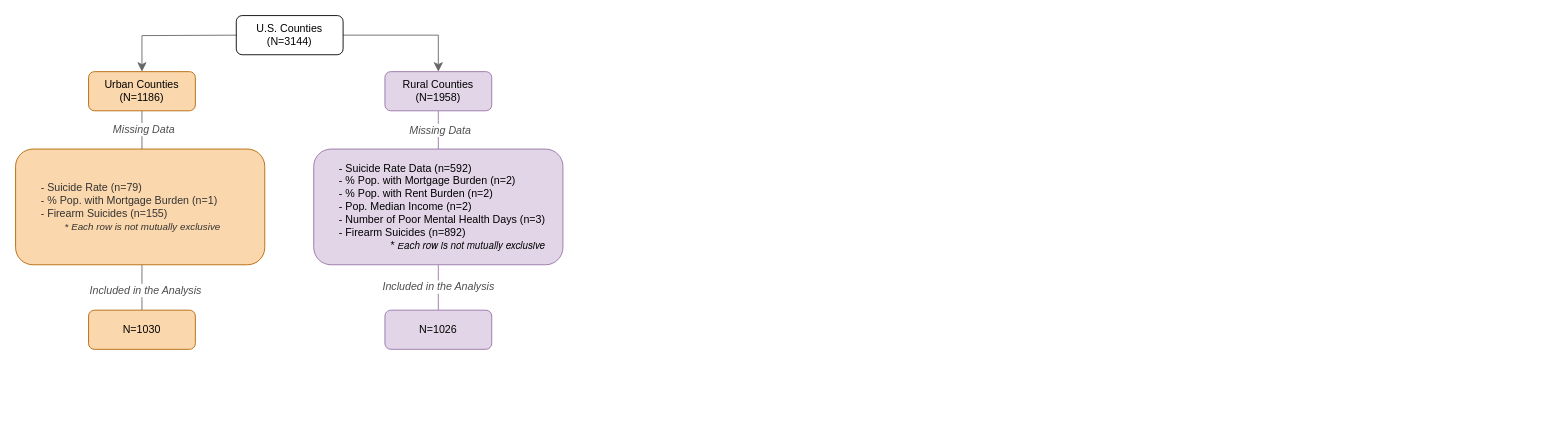
Before: SuicideMissingDAta.drawio in dealchre/gradDrawio, a draw.io diagram. Source tidied: cells renumbered, new cells numbered last; positions are measured from the earlier drawing's top-left corner, leaving out a move shared by most shapes. Both pictures are drawn from the tidied source at 89%, with x=0, y=0 at pixel (15, 15).
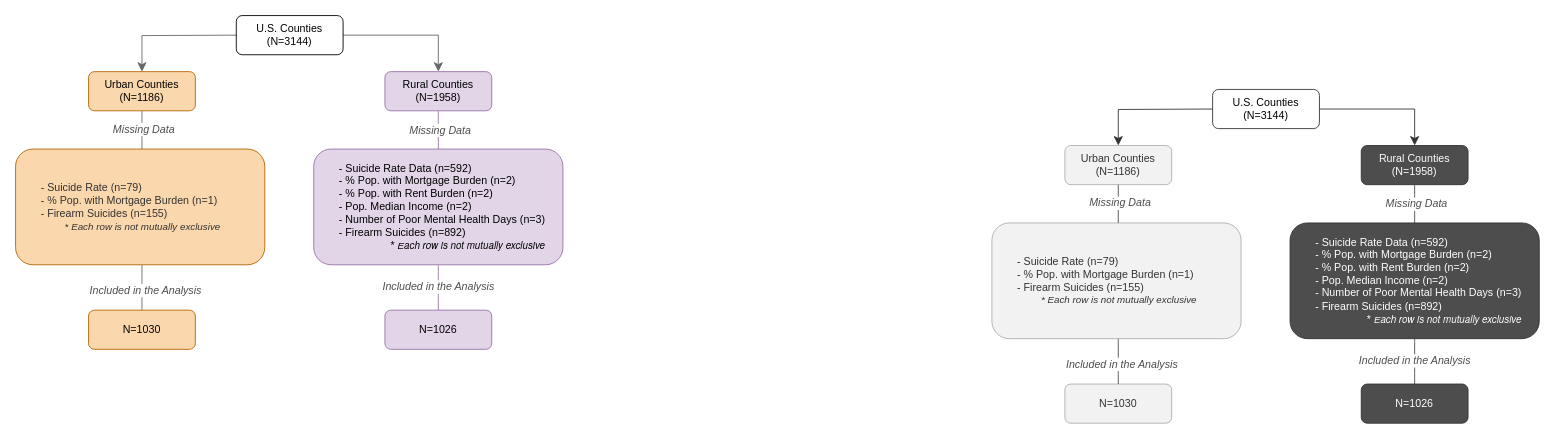
After the change.

What changed in the source:
```diff
@@
+    <mxCell id="19" style="edgeStyle=orthogonalEdgeStyle;rounded=0;jettySize=auto;html=1;exitX=1;exitY=0.5;exitDx=0;exitDy=0;fontSize=12;startSize=8;endSize=8;flowAnimation=0;fontColor=#4D4D4D;strokeColor=#333333;" parent="1" edge="1" source="21" target="31">
+      <mxGeometry relative="1" as="geometry" />
+    </mxCell>
+    <mxCell id="20" style="edgeStyle=orthogonalEdgeStyle;rounded=0;jettySize=auto;html=1;exitX=0;exitY=0.5;exitDx=0;exitDy=0;entryX=0.5;entryY=0;entryDx=0;entryDy=0;fontSize=12;startSize=8;endSize=8;fontColor=#4D4D4D;strokeColor=#333333;" parent="1" edge="1" target="24">
+      <mxGeometry relative="1" as="geometry">
+        <mxPoint x="1346" y="105" as="sourcePoint" />
+      </mxGeometry>
+    </mxCell>
+    <mxCell id="21" value="U.S. Counties&lt;div&gt;(N=3144)&lt;/div&gt;" style="rounded=1;whiteSpace=wrap;html=1;strokeColor=#333333;" parent="1" vertex="1">
+      <mxGeometry x="1345" y="83" width="120" height="44" as="geometry" />
+    </mxCell>
+    <mxCell id="22" style="edgeStyle=none;curved=1;rounded=0;jettySize=auto;html=1;exitX=0.5;exitY=1;exitDx=0;exitDy=0;entryX=0.5;entryY=0;entryDx=0;entryDy=0;fontSize=12;startSize=8;endSize=8;endArrow=none;endFill=0;fontColor=#4D4D4D;strokeColor=#4D4D4D;" parent="1" edge="1" source="24">
+      <mxGeometry relative="1" as="geometry">
+        <mxPoint x="1239" y="233" as="targetPoint" />
+      </mxGeometry>
+    </mxCell>
+    <mxCell id="23" value="&lt;i&gt;&amp;nbsp;Missing Data&amp;nbsp;&lt;/i&gt;" style="edgeLabel;html=1;align=center;verticalAlign=middle;fontSize=12;fontColor=#4D4D4D;" parent="22" vertex="1">
+      <mxGeometry x="-0.05" y="1" relative="1" as="geometry" />
+    </mxCell>
+    <mxCell id="24" value="Urban Counties&lt;div&gt;(N=1186)&lt;/div&gt;" style="rounded=1;whiteSpace=wrap;html=1;fillColor=#E6E6E6;strokeColor=#666666;fontColor=#333333;opacity=50;opacityGroup=1;" parent="1" vertex="1">
+      <mxGeometry x="1179" y="146" width="120" height="44" as="geometry" />
+    </mxCell>
+    <mxCell id="25" style="edgeStyle=none;curved=1;rounded=0;jettySize=auto;html=1;exitX=0.5;exitY=1;exitDx=0;exitDy=0;entryX=0.5;entryY=0;entryDx=0;entryDy=0;fontSize=12;startSize=8;endSize=8;endArrow=none;endFill=0;fontColor=#4D4D4D;strokeColor=#4D4D4D;" parent="1" edge="1" target="28">
+      <mxGeometry relative="1" as="geometry">
+        <mxPoint x="1239" y="363" as="sourcePoint" />
+      </mxGeometry>
+    </mxCell>
+    <mxCell id="26" value="&lt;i&gt;&amp;nbsp;Included in the Analysis&amp;nbsp;&lt;/i&gt;" style="edgeLabel;html=1;align=center;verticalAlign=middle;fontSize=12;fontColor=#4D4D4D;" parent="25" vertex="1">
+      <mxGeometry x="0.04" y="3" relative="1" as="geometry">
+        <mxPoint y="1" as="offset" />
+      </mxGeometry>
+    </mxCell>
+    <mxCell id="27" value="&lt;font style=&quot;color: rgb(51, 51, 51);&quot;&gt;&lt;span style=&quot;white-space: pre;&quot;&gt;&#9;&lt;/span&gt;- Suicide Rate (n=79)&lt;/font&gt;&lt;div&gt;&lt;font style=&quot;color: rgb(51, 51, 51);&quot;&gt;&lt;span style=&quot;white-space: pre;&quot;&gt;&#9;&lt;/span&gt;- % Pop. with Mortgage Burden (n=1)&lt;/font&gt;&lt;span style=&quot;color: light-dark(rgb(51, 51, 51), rgb(193, 193, 193)); background-color: transparent;&quot;&gt;&amp;nbsp;&lt;/span&gt;&lt;/div&gt;&lt;div&gt;&lt;font style=&quot;color: rgb(51, 51, 51);&quot;&gt;&lt;span style=&quot;white-space: pre;&quot;&gt;&#9;&lt;/span&gt;- Firearm Suicides (n=155)&lt;/font&gt;&lt;/div&gt;&lt;div style=&quot;text-align: right;&quot;&gt;&lt;font style=&quot;color: rgb(51, 51, 51);&quot;&gt;&lt;i style=&quot;background-color: transparent;&quot;&gt;&lt;font style=&quot;font-size: 11px;&quot;&gt;*&amp;nbsp;Each row is not mutually exclusive&lt;/font&gt;&lt;/i&gt;&lt;br&gt;&lt;/font&gt;&lt;/div&gt;" style="rounded=1;whiteSpace=wrap;html=1;align=left;fillColor=#E6E6E6;strokeColor=#666666;fontColor=#333333;opacity=50;opacityGroup=1;" parent="1" vertex="1">
+      <mxGeometry x="1097" y="233" width="280" height="130" as="geometry" />
+    </mxCell>
+    <mxCell id="28" value="&lt;div&gt;N=1030&lt;/div&gt;" style="rounded=1;whiteSpace=wrap;html=1;fillColor=#E6E6E6;strokeColor=#666666;fontColor=#333333;opacity=50;opacityGroup=1;" parent="1" vertex="1">
+      <mxGeometry x="1179" y="414" width="120" height="44" as="geometry" />
+    </mxCell>
+    <mxCell id="29" style="edgeStyle=none;curved=1;rounded=0;jettySize=auto;html=1;exitX=0.5;exitY=1;exitDx=0;exitDy=0;entryX=0.5;entryY=0;entryDx=0;entryDy=0;fontSize=12;startSize=8;endSize=8;endArrow=none;endFill=0;fontColor=#4D4D4D;strokeColor=#4D4D4D;fillColor=#e1d5e7;" parent="1" edge="1" source="31" target="34">
+      <mxGeometry relative="1" as="geometry" />
+    </mxCell>
+    <mxCell id="30" value="&lt;i&gt;&amp;nbsp;Missing Data&amp;nbsp;&lt;/i&gt;" style="edgeLabel;html=1;align=center;verticalAlign=middle;fontSize=12;fontColor=#4D4D4D;" parent="29" vertex="1">
+      <mxGeometry x="-0.02" y="1" relative="1" as="geometry" />
+    </mxCell>
+    <mxCell id="31" value="Rural Counties&lt;div&gt;(N=1958)&lt;/div&gt;" style="rounded=1;whiteSpace=wrap;html=1;fillColor=#4D4D4D;strokeColor=#333333;fontColor=#ffffff;" parent="1" vertex="1">
+      <mxGeometry x="1512" y="146" width="120" height="44" as="geometry" />
+    </mxCell>
+    <mxCell id="32" style="edgeStyle=none;curved=1;rounded=0;jettySize=auto;html=1;exitX=0.5;exitY=1;exitDx=0;exitDy=0;entryX=0.5;entryY=0;entryDx=0;entryDy=0;fontSize=12;startSize=8;endSize=8;endArrow=none;endFill=0;fontColor=#4D4D4D;strokeColor=#4D4D4D;fillColor=#e1d5e7;" parent="1" edge="1" source="34" target="35">
+      <mxGeometry relative="1" as="geometry" />
+    </mxCell>
+    <mxCell id="33" value="&lt;i&gt;&amp;nbsp;Included in the Analysis&amp;nbsp;&lt;/i&gt;" style="edgeLabel;html=1;align=center;verticalAlign=middle;fontSize=12;fontColor=#4D4D4D;" parent="32" vertex="1">
+      <mxGeometry x="-0.07" y="-1" relative="1" as="geometry" />
+    </mxCell>
+    <mxCell id="34" value="&lt;span style=&quot;white-space: pre;&quot;&gt;&#9;&lt;/span&gt;- Suicide Rate Data (n=592)&lt;div&gt;&lt;span style=&quot;white-space: pre;&quot;&gt;&#9;&lt;/span&gt;- % Pop. with Mortgage Burden (n=2)&lt;/div&gt;&lt;div&gt;&lt;span style=&quot;white-space: pre;&quot;&gt;&#9;&lt;/span&gt;- % Pop. with Rent Burden (n=2)&lt;/div&gt;&lt;div&gt;&lt;span style=&quot;white-space: pre;&quot;&gt;&#9;&lt;/span&gt;- Pop. Median Income (n=2)&lt;span style=&quot;background-color: transparent; color: light-dark(rgb(0, 0, 0), rgb(255, 255, 255));&quot;&gt;&amp;nbsp;&lt;/span&gt;&lt;/div&gt;&lt;div&gt;&lt;span style=&quot;white-space: pre;&quot;&gt;&#9;&lt;/span&gt;- Number of Poor Mental Health Days (n=3)&lt;/div&gt;&lt;div&gt;&lt;span style=&quot;white-space: pre;&quot;&gt;&#9;&lt;/span&gt;- Firearm Suicides (n=892)&lt;/div&gt;&lt;div style=&quot;text-align: right;&quot;&gt;*&lt;i&gt; &lt;font style=&quot;font-size: 11px;&quot;&gt;E&lt;/font&gt;&lt;span style=&quot;font-family: &amp;quot;Helvetica Neue&amp;quot;; background-color: transparent;&quot;&gt;&lt;font style=&quot;font-size: 11px;&quot;&gt;ach row is not mutually exclusive&lt;/font&gt;&lt;/span&gt;&lt;/i&gt;&lt;/div&gt;" style="rounded=1;whiteSpace=wrap;html=1;align=left;fillColor=#4D4D4D;strokeColor=#333333;fontColor=#ffffff;" parent="1" vertex="1">
+      <mxGeometry x="1432" y="233" width="280" height="130" as="geometry" />
+    </mxCell>
+    <mxCell id="35" value="&lt;div&gt;N=1026&lt;/div&gt;" style="rounded=1;whiteSpace=wrap;html=1;fillColor=#4D4D4D;strokeColor=#333333;fontColor=#ffffff;" parent="1" vertex="1">
+      <mxGeometry x="1512" y="414" width="120" height="44" as="geometry" />
+    </mxCell>
```
